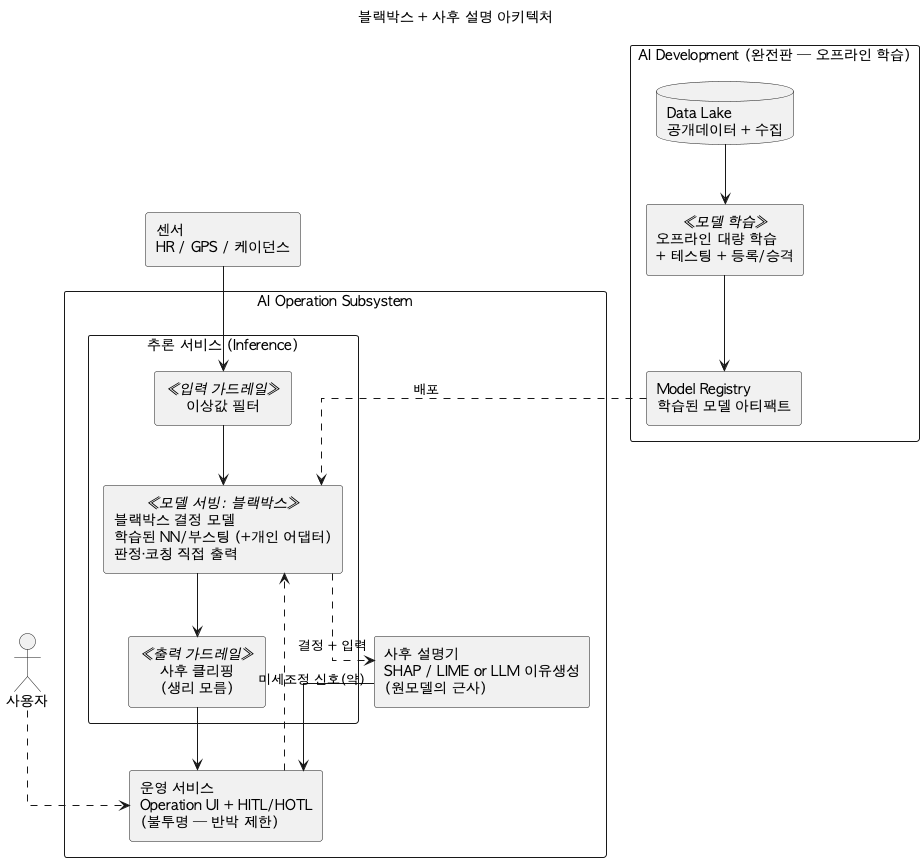
This is arch/diagrams/04b-counter-component-cnc-simple.png from tenyearslove/zone2runner, a PlantUML export, as it was before one commit.
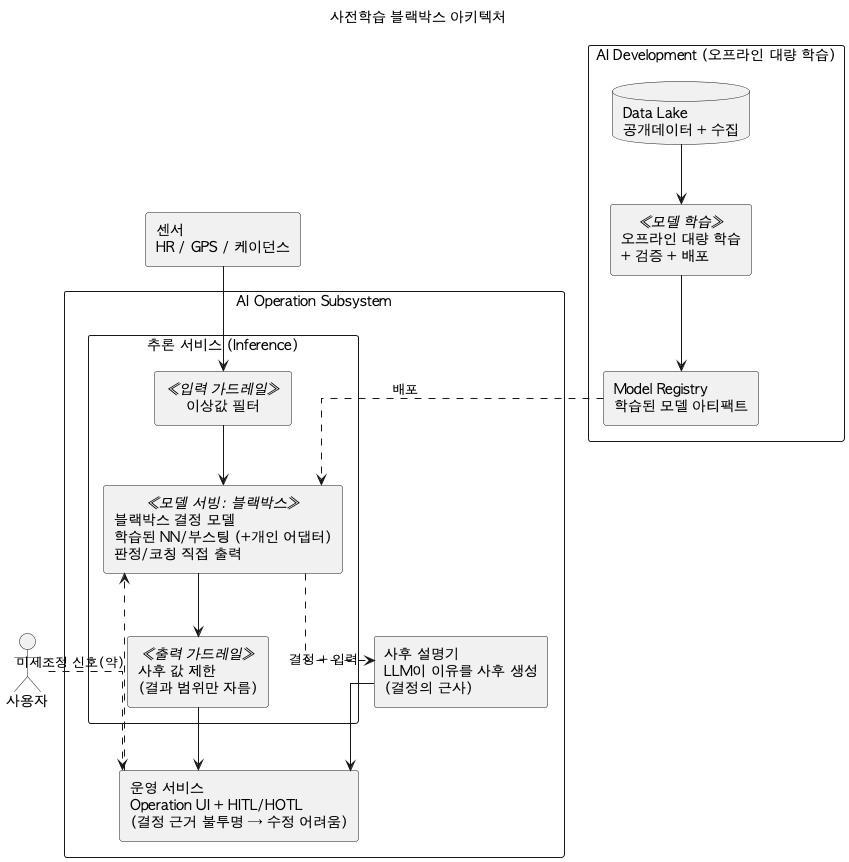
The same file after the commit.

Commit message:
docs(arch): 아키텍처 이름 확정(규칙/통계 기반 개인화 vs 사전학습 블랙박스) + 라벨 정리

The edit, as a diff of the source:
```diff
@@ -1,5 +1,5 @@
 @startuml
-title 블랙박스 + 사후 설명 아키텍처
+title 사전학습 블랙박스 아키텍처
 skinparam defaultFontName "AppleGothic"
 skinparam componentStyle rectangle
 skinparam shadowing false
@@ -12,18 +12,18 @@
 package "AI Operation Subsystem" {
   package "추론 서비스 (Inference)" as INF {
     component "이상값 필터" <<입력 가드레일>> as IG
-    component "블랙박스 결정 모델\n학습된 NN/부스팅 (+개인 어댑터)\n판정·코칭 직접 출력" <<모델 서빙: 블랙박스>> as MODEL
-    component "사후 클리핑\n(생리 모름)" <<출력 가드레일>> as OG
+    component "블랙박스 결정 모델\n학습된 NN/부스팅 (+개인 어댑터)\n판정/코칭 직접 출력" <<모델 서빙: 블랙박스>> as MODEL
+    component "사후 값 제한\n(결과 범위만 자름)" <<출력 가드레일>> as OG
     IG --> MODEL
     MODEL --> OG
   }
-  component "사후 설명기\nSHAP / LIME or LLM 이유생성\n(원모델의 근사)" as POST
-  component "운영 서비스\nOperation UI + HITL/HOTL\n(불투명 — 반박 제한)" as OPS
+  component "사후 설명기\nLLM이 이유를 사후 생성\n(결정의 근사)" as POST
+  component "운영 서비스\nOperation UI + HITL/HOTL\n(결정 근거 불투명 → 수정 어려움)" as OPS
 }
 
-package "AI Development (완전판 — 오프라인 학습)" as DEV {
+package "AI Development (오프라인 대량 학습)" as DEV {
   database "Data Lake\n공개데이터 + 수집" as DL
-  component "오프라인 대량 학습\n+ 테스팅 + 등록/승격" <<모델 학습>> as TRAIN
+  component "오프라인 대량 학습\n+ 검증 + 배포" <<모델 학습>> as TRAIN
   component "Model Registry\n학습된 모델 아티팩트" as REG
   DL --> TRAIN
   TRAIN --> REG
```
